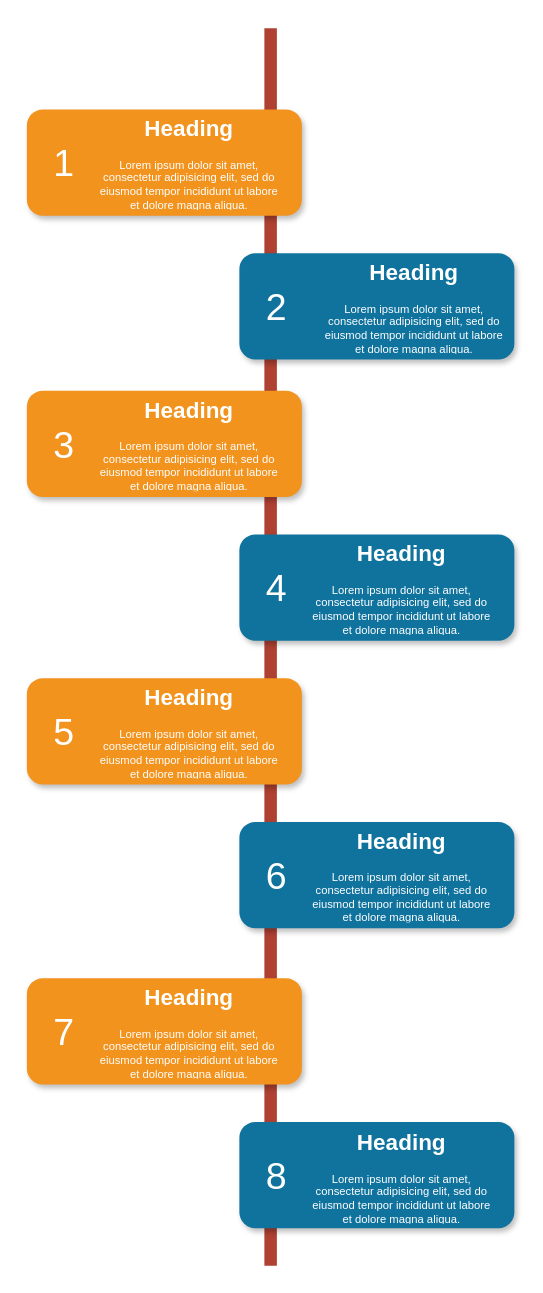
Earlier version of the draw.io diagram Диаграмма без названия.drawio (RuslanKudarov/diagrams). Source tidied: cells renumbered, new cells numbered last; positions are measured from the earlier drawing's top-left corner, leaving out a move shared by most shapes. Both pictures are drawn from the tidied source at 125%, with x=0, y=0 at pixel (26, 28).
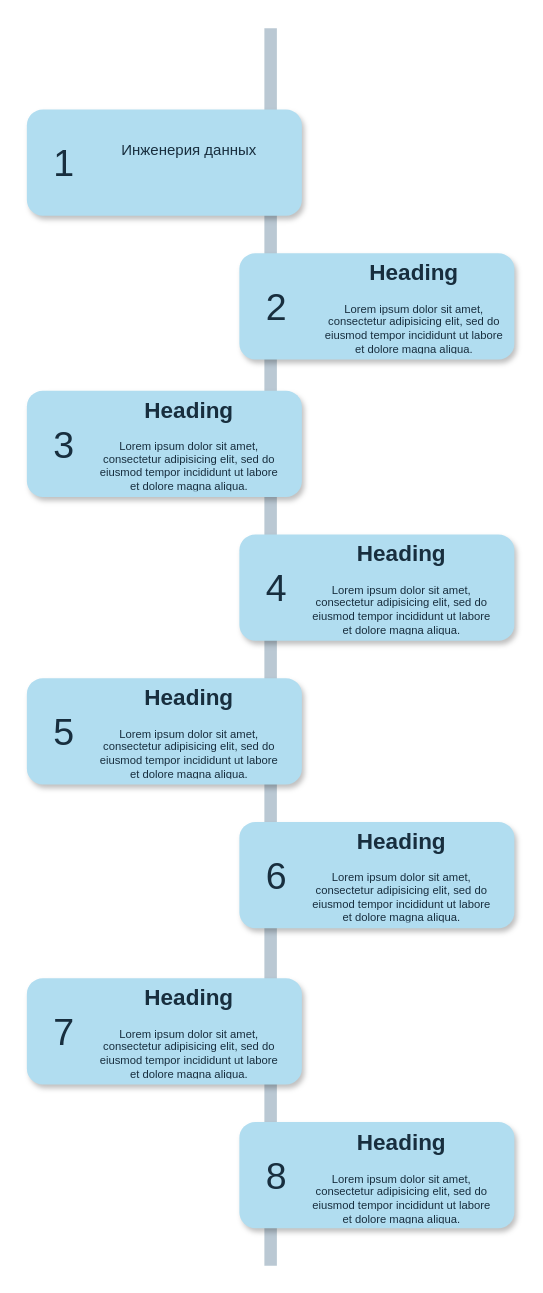
The same page after the edit.

Change to the diagram source:
```diff
@@
-    <mxCell id="2" style="line;strokeWidth=10;direction=south;html=1;fillColor=none;fontSize=13;fontColor=#000000;align=center;strokeColor=#AE4132;" parent="1" vertex="1">
+    <mxCell id="2" style="line;strokeWidth=10;direction=south;html=1;fillColor=none;fontSize=13;fontColor=#182E3E;align=center;strokeColor=#BAC8D3;labelBackgroundColor=none;rounded=1;" parent="1" vertex="1">
       <mxGeometry x="190" width="10" height="990" as="geometry" />
     </mxCell>
-    <mxCell id="3" style="rounded=1;whiteSpace=wrap;html=1;strokeColor=none;strokeWidth=1;fillColor=#F2931E;fontSize=13;fontColor=#FFFFFF;align=center;gradientColor=none;gradientDirection=east;verticalAlign=top;shadow=1;" parent="1" vertex="1">
+    <mxCell id="3" style="rounded=1;whiteSpace=wrap;html=1;strokeColor=none;strokeWidth=1;fillColor=#B1DDF0;fontSize=13;fontColor=#182E3E;align=center;gradientDirection=east;verticalAlign=top;shadow=1;fillStyle=auto;labelBackgroundColor=none;" parent="1" vertex="1">
       <mxGeometry y="65" width="220" height="85" as="geometry" />
     </mxCell>
-    <mxCell id="4" value="1" style="text;html=1;strokeColor=none;fillColor=none;align=center;verticalAlign=middle;whiteSpace=wrap;fontSize=30;fontColor=#FFFFFF;" parent="1" vertex="1">
+    <mxCell id="4" value="1" style="text;html=1;strokeColor=none;fillColor=none;align=center;verticalAlign=middle;whiteSpace=wrap;fontSize=30;fontColor=#182E3E;labelBackgroundColor=none;rounded=1;" parent="1" vertex="1">
       <mxGeometry x="10" y="98" width="40" height="20" as="geometry" />
     </mxCell>
-    <mxCell id="5" style="rounded=1;whiteSpace=wrap;html=1;strokeColor=none;strokeWidth=1;fillColor=#10739E;fontSize=13;fontColor=#FFFFFF;align=center;gradientColor=none;gradientDirection=east;verticalAlign=top;shadow=1;" parent="1" vertex="1">
+    <mxCell id="5" style="rounded=1;whiteSpace=wrap;html=1;strokeColor=none;strokeWidth=1;fillColor=#B1DDF0;fontSize=13;fontColor=#182E3E;align=center;gradientDirection=east;verticalAlign=top;shadow=1;labelBackgroundColor=none;" parent="1" vertex="1">
       <mxGeometry x="170" y="180" width="220" height="85" as="geometry" />
     </mxCell>
-    <mxCell id="6" value="2" style="text;html=1;strokeColor=none;fillColor=none;align=center;verticalAlign=middle;whiteSpace=wrap;fontSize=30;fontColor=#FFFFFF;" parent="1" vertex="1">
+    <mxCell id="6" value="2" style="text;html=1;strokeColor=none;fillColor=none;align=center;verticalAlign=middle;whiteSpace=wrap;fontSize=30;fontColor=#182E3E;labelBackgroundColor=none;rounded=1;" parent="1" vertex="1">
       <mxGeometry x="180" y="213" width="40" height="20" as="geometry" />
     </mxCell>
-    <mxCell id="7" style="rounded=1;whiteSpace=wrap;html=1;strokeColor=none;strokeWidth=1;fillColor=#F2931E;fontSize=13;fontColor=#FFFFFF;align=center;gradientColor=none;gradientDirection=east;verticalAlign=top;shadow=1;" parent="1" vertex="1">
+    <mxCell id="7" style="rounded=1;whiteSpace=wrap;html=1;strokeColor=none;strokeWidth=1;fillColor=#B1DDF0;fontSize=13;fontColor=#182E3E;align=center;gradientDirection=east;verticalAlign=top;shadow=1;labelBackgroundColor=none;" parent="1" vertex="1">
       <mxGeometry y="290" width="220" height="85" as="geometry" />
     </mxCell>
-    <mxCell id="8" value="3" style="text;html=1;strokeColor=none;fillColor=none;align=center;verticalAlign=middle;whiteSpace=wrap;fontSize=30;fontColor=#FFFFFF;" parent="1" vertex="1">
+    <mxCell id="8" value="3" style="text;html=1;strokeColor=none;fillColor=none;align=center;verticalAlign=middle;whiteSpace=wrap;fontSize=30;fontColor=#182E3E;labelBackgroundColor=none;rounded=1;" parent="1" vertex="1">
       <mxGeometry x="10" y="323" width="40" height="20" as="geometry" />
     </mxCell>
-    <mxCell id="9" style="rounded=1;whiteSpace=wrap;html=1;strokeColor=none;strokeWidth=1;fillColor=#10739E;fontSize=13;fontColor=#FFFFFF;align=center;gradientColor=none;gradientDirection=east;verticalAlign=top;shadow=1;" parent="1" vertex="1">
+    <mxCell id="9" style="rounded=1;whiteSpace=wrap;html=1;strokeColor=none;strokeWidth=1;fillColor=#B1DDF0;fontSize=13;fontColor=#182E3E;align=center;gradientDirection=east;verticalAlign=top;shadow=1;labelBackgroundColor=none;" parent="1" vertex="1">
       <mxGeometry x="170" y="405" width="220" height="85" as="geometry" />
     </mxCell>
-    <mxCell id="10" value="4" style="text;html=1;strokeColor=none;fillColor=none;align=center;verticalAlign=middle;whiteSpace=wrap;fontSize=30;fontColor=#FFFFFF;" parent="1" vertex="1">
+    <mxCell id="10" value="4" style="text;html=1;strokeColor=none;fillColor=none;align=center;verticalAlign=middle;whiteSpace=wrap;fontSize=30;fontColor=#182E3E;labelBackgroundColor=none;rounded=1;" parent="1" vertex="1">
       <mxGeometry x="180" y="438" width="40" height="20" as="geometry" />
     </mxCell>
-    <mxCell id="11" style="rounded=1;whiteSpace=wrap;html=1;strokeColor=none;strokeWidth=1;fillColor=#F2931E;fontSize=13;fontColor=#FFFFFF;align=center;gradientColor=none;gradientDirection=east;verticalAlign=top;shadow=1;" parent="1" vertex="1">
+    <mxCell id="11" style="rounded=1;whiteSpace=wrap;html=1;strokeColor=none;strokeWidth=1;fillColor=#B1DDF0;fontSize=13;fontColor=#182E3E;align=center;gradientDirection=east;verticalAlign=top;shadow=1;labelBackgroundColor=none;" parent="1" vertex="1">
       <mxGeometry y="520" width="220" height="85" as="geometry" />
     </mxCell>
-    <mxCell id="12" value="5" style="text;html=1;strokeColor=none;fillColor=none;align=center;verticalAlign=middle;whiteSpace=wrap;fontSize=30;fontColor=#FFFFFF;" parent="1" vertex="1">
+    <mxCell id="12" value="5" style="text;html=1;strokeColor=none;fillColor=none;align=center;verticalAlign=middle;whiteSpace=wrap;fontSize=30;fontColor=#182E3E;labelBackgroundColor=none;rounded=1;" parent="1" vertex="1">
       <mxGeometry x="10" y="553" width="40" height="20" as="geometry" />
     </mxCell>
-    <mxCell id="13" style="rounded=1;whiteSpace=wrap;html=1;strokeColor=none;strokeWidth=1;fillColor=#10739E;fontSize=13;fontColor=#FFFFFF;align=center;gradientColor=none;gradientDirection=east;verticalAlign=top;shadow=1;" parent="1" vertex="1">
+    <mxCell id="13" style="rounded=1;whiteSpace=wrap;html=1;strokeColor=none;strokeWidth=1;fillColor=#B1DDF0;fontSize=13;fontColor=#182E3E;align=center;gradientDirection=east;verticalAlign=top;shadow=1;labelBackgroundColor=none;" parent="1" vertex="1">
       <mxGeometry x="170" y="635" width="220" height="85" as="geometry" />
     </mxCell>
-    <mxCell id="14" value="6" style="text;html=1;strokeColor=none;fillColor=none;align=center;verticalAlign=middle;whiteSpace=wrap;fontSize=30;fontColor=#FFFFFF;" parent="1" vertex="1">
+    <mxCell id="14" value="6" style="text;html=1;strokeColor=none;fillColor=none;align=center;verticalAlign=middle;whiteSpace=wrap;fontSize=30;fontColor=#182E3E;labelBackgroundColor=none;rounded=1;" parent="1" vertex="1">
       <mxGeometry x="180" y="668" width="40" height="20" as="geometry" />
     </mxCell>
-    <mxCell id="15" style="rounded=1;whiteSpace=wrap;html=1;strokeColor=none;strokeWidth=1;fillColor=#F2931E;fontSize=13;fontColor=#FFFFFF;align=center;gradientColor=none;gradientDirection=east;verticalAlign=top;shadow=1;" parent="1" vertex="1">
+    <mxCell id="15" style="rounded=1;whiteSpace=wrap;html=1;strokeColor=none;strokeWidth=1;fillColor=#B1DDF0;fontSize=13;fontColor=#182E3E;align=center;gradientDirection=east;verticalAlign=top;shadow=1;labelBackgroundColor=none;" parent="1" vertex="1">
       <mxGeometry y="760" width="220" height="85" as="geometry" />
     </mxCell>
-    <mxCell id="16" value="7" style="text;html=1;strokeColor=none;fillColor=none;align=center;verticalAlign=middle;whiteSpace=wrap;fontSize=30;fontColor=#FFFFFF;" parent="1" vertex="1">
+    <mxCell id="16" value="7" style="text;html=1;strokeColor=none;fillColor=none;align=center;verticalAlign=middle;whiteSpace=wrap;fontSize=30;fontColor=#182E3E;labelBackgroundColor=none;rounded=1;" parent="1" vertex="1">
       <mxGeometry x="10" y="793" width="40" height="20" as="geometry" />
     </mxCell>
-    <mxCell id="17" style="rounded=1;whiteSpace=wrap;html=1;strokeColor=none;strokeWidth=1;fillColor=#10739E;fontSize=13;fontColor=#FFFFFF;align=center;gradientColor=none;gradientDirection=east;verticalAlign=top;shadow=1;" parent="1" vertex="1">
+    <mxCell id="17" style="rounded=1;whiteSpace=wrap;html=1;strokeColor=none;strokeWidth=1;fillColor=#B1DDF0;fontSize=13;fontColor=#182E3E;align=center;gradientDirection=east;verticalAlign=top;shadow=1;labelBackgroundColor=none;" parent="1" vertex="1">
       <mxGeometry x="170" y="875" width="220" height="85" as="geometry" />
     </mxCell>
-    <mxCell id="18" value="8" style="text;html=1;strokeColor=none;fillColor=none;align=center;verticalAlign=middle;whiteSpace=wrap;fontSize=30;fontColor=#FFFFFF;" parent="1" vertex="1">
+    <mxCell id="18" value="8" style="text;html=1;strokeColor=none;fillColor=none;align=center;verticalAlign=middle;whiteSpace=wrap;fontSize=30;fontColor=#182E3E;labelBackgroundColor=none;rounded=1;" parent="1" vertex="1">
       <mxGeometry x="180" y="908" width="40" height="20" as="geometry" />
     </mxCell>
-    <mxCell id="19" value="&lt;h1&gt;Heading&lt;/h1&gt;&lt;p&gt;Lorem ipsum dolor sit amet, consectetur adipisicing elit, sed do eiusmod tempor incididunt ut labore et dolore magna aliqua.&lt;/p&gt;" style="text;html=1;spacing=5;spacingTop=-20;whiteSpace=wrap;overflow=hidden;strokeColor=none;strokeWidth=4;fillColor=none;gradientColor=#007FFF;fontSize=9;fontColor=#FFFFFF;align=center;" parent="1" vertex="1">
+    <mxCell id="19" value="&lt;h1 style=&quot;font-size: 12px;&quot;&gt;&lt;span style=&quot;font-weight: 400;&quot;&gt;Инженерия данных&lt;/span&gt;&lt;/h1&gt;" style="text;html=1;spacing=5;spacingTop=-20;whiteSpace=wrap;overflow=hidden;strokeColor=none;strokeWidth=4;fillColor=none;fontSize=12;fontColor=#182E3E;align=center;labelBackgroundColor=none;rounded=1;fontFamily=Calibri;verticalAlign=middle;" parent="1" vertex="1">
       <mxGeometry x="50" y="69" width="160" height="77" as="geometry" />
     </mxCell>
-    <mxCell id="20" value="&lt;h1&gt;Heading&lt;/h1&gt;&lt;p&gt;Lorem ipsum dolor sit amet, consectetur adipisicing elit, sed do eiusmod tempor incididunt ut labore et dolore magna aliqua.&lt;/p&gt;" style="text;html=1;spacing=5;spacingTop=-20;whiteSpace=wrap;overflow=hidden;strokeColor=none;strokeWidth=4;fillColor=none;gradientColor=#007FFF;fontSize=9;fontColor=#FFFFFF;align=center;" parent="1" vertex="1">
+    <mxCell id="20" value="&lt;h1&gt;Heading&lt;/h1&gt;&lt;p&gt;Lorem ipsum dolor sit amet, consectetur adipisicing elit, sed do eiusmod tempor incididunt ut labore et dolore magna aliqua.&lt;/p&gt;" style="text;html=1;spacing=5;spacingTop=-20;whiteSpace=wrap;overflow=hidden;strokeColor=none;strokeWidth=4;fillColor=none;fontSize=9;fontColor=#182E3E;align=center;labelBackgroundColor=none;rounded=1;" parent="1" vertex="1">
       <mxGeometry x="230" y="184" width="160" height="77" as="geometry" />
     </mxCell>
-    <mxCell id="21" value="&lt;h1&gt;Heading&lt;/h1&gt;&lt;p&gt;Lorem ipsum dolor sit amet, consectetur adipisicing elit, sed do eiusmod tempor incididunt ut labore et dolore magna aliqua.&lt;/p&gt;" style="text;html=1;spacing=5;spacingTop=-20;whiteSpace=wrap;overflow=hidden;strokeColor=none;strokeWidth=4;fillColor=none;gradientColor=#007FFF;fontSize=9;fontColor=#FFFFFF;align=center;" parent="1" vertex="1">
+    <mxCell id="21" value="&lt;h1&gt;Heading&lt;/h1&gt;&lt;p&gt;Lorem ipsum dolor sit amet, consectetur adipisicing elit, sed do eiusmod tempor incididunt ut labore et dolore magna aliqua.&lt;/p&gt;" style="text;html=1;spacing=5;spacingTop=-20;whiteSpace=wrap;overflow=hidden;strokeColor=none;strokeWidth=4;fillColor=none;fontSize=9;fontColor=#182E3E;align=center;labelBackgroundColor=none;rounded=1;" parent="1" vertex="1">
       <mxGeometry x="50" y="294" width="160" height="77" as="geometry" />
     </mxCell>
-    <mxCell id="22" value="&lt;h1&gt;Heading&lt;/h1&gt;&lt;p&gt;Lorem ipsum dolor sit amet, consectetur adipisicing elit, sed do eiusmod tempor incididunt ut labore et dolore magna aliqua.&lt;/p&gt;" style="text;html=1;spacing=5;spacingTop=-20;whiteSpace=wrap;overflow=hidden;strokeColor=none;strokeWidth=4;fillColor=none;gradientColor=#007FFF;fontSize=9;fontColor=#FFFFFF;align=center;" parent="1" vertex="1">
+    <mxCell id="22" value="&lt;h1&gt;Heading&lt;/h1&gt;&lt;p&gt;Lorem ipsum dolor sit amet, consectetur adipisicing elit, sed do eiusmod tempor incididunt ut labore et dolore magna aliqua.&lt;/p&gt;" style="text;html=1;spacing=5;spacingTop=-20;whiteSpace=wrap;overflow=hidden;strokeColor=none;strokeWidth=4;fillColor=none;fontSize=9;fontColor=#182E3E;align=center;labelBackgroundColor=none;rounded=1;" parent="1" vertex="1">
       <mxGeometry x="220" y="409" width="160" height="77" as="geometry" />
     </mxCell>
-    <mxCell id="23" value="&lt;h1&gt;Heading&lt;/h1&gt;&lt;p&gt;Lorem ipsum dolor sit amet, consectetur adipisicing elit, sed do eiusmod tempor incididunt ut labore et dolore magna aliqua.&lt;/p&gt;" style="text;html=1;spacing=5;spacingTop=-20;whiteSpace=wrap;overflow=hidden;strokeColor=none;strokeWidth=4;fillColor=none;gradientColor=#007FFF;fontSize=9;fontColor=#FFFFFF;align=center;" parent="1" vertex="1">
+    <mxCell id="23" value="&lt;h1&gt;Heading&lt;/h1&gt;&lt;p&gt;Lorem ipsum dolor sit amet, consectetur adipisicing elit, sed do eiusmod tempor incididunt ut labore et dolore magna aliqua.&lt;/p&gt;" style="text;html=1;spacing=5;spacingTop=-20;whiteSpace=wrap;overflow=hidden;strokeColor=none;strokeWidth=4;fillColor=none;fontSize=9;fontColor=#182E3E;align=center;labelBackgroundColor=none;rounded=1;" parent="1" vertex="1">
       <mxGeometry x="50" y="524" width="160" height="77" as="geometry" />
     </mxCell>
-    <mxCell id="24" value="&lt;h1&gt;Heading&lt;/h1&gt;&lt;p&gt;Lorem ipsum dolor sit amet, consectetur adipisicing elit, sed do eiusmod tempor incididunt ut labore et dolore magna aliqua.&lt;/p&gt;" style="text;html=1;spacing=5;spacingTop=-20;whiteSpace=wrap;overflow=hidden;strokeColor=none;strokeWidth=4;fillColor=none;gradientColor=#007FFF;fontSize=9;fontColor=#FFFFFF;align=center;" parent="1" vertex="1">
+    <mxCell id="24" value="&lt;h1&gt;Heading&lt;/h1&gt;&lt;p&gt;Lorem ipsum dolor sit amet, consectetur adipisicing elit, sed do eiusmod tempor incididunt ut labore et dolore magna aliqua.&lt;/p&gt;" style="text;html=1;spacing=5;spacingTop=-20;whiteSpace=wrap;overflow=hidden;strokeColor=none;strokeWidth=4;fillColor=none;fontSize=9;fontColor=#182E3E;align=center;labelBackgroundColor=none;rounded=1;" parent="1" vertex="1">
       <mxGeometry x="220" y="639" width="160" height="77" as="geometry" />
     </mxCell>
-    <mxCell id="25" value="&lt;h1&gt;Heading&lt;/h1&gt;&lt;p&gt;Lorem ipsum dolor sit amet, consectetur adipisicing elit, sed do eiusmod tempor incididunt ut labore et dolore magna aliqua.&lt;/p&gt;" style="text;html=1;spacing=5;spacingTop=-20;whiteSpace=wrap;overflow=hidden;strokeColor=none;strokeWidth=4;fillColor=none;gradientColor=#007FFF;fontSize=9;fontColor=#FFFFFF;align=center;" parent="1" vertex="1">
+    <mxCell id="25" value="&lt;h1&gt;Heading&lt;/h1&gt;&lt;p&gt;Lorem ipsum dolor sit amet, consectetur adipisicing elit, sed do eiusmod tempor incididunt ut labore et dolore magna aliqua.&lt;/p&gt;" style="text;html=1;spacing=5;spacingTop=-20;whiteSpace=wrap;overflow=hidden;strokeColor=none;strokeWidth=4;fillColor=none;fontSize=9;fontColor=#182E3E;align=center;labelBackgroundColor=none;rounded=1;" parent="1" vertex="1">
       <mxGeometry x="50" y="764" width="160" height="77" as="geometry" />
     </mxCell>
-    <mxCell id="26" value="&lt;h1&gt;Heading&lt;/h1&gt;&lt;p&gt;Lorem ipsum dolor sit amet, consectetur adipisicing elit, sed do eiusmod tempor incididunt ut labore et dolore magna aliqua.&lt;/p&gt;" style="text;html=1;spacing=5;spacingTop=-20;whiteSpace=wrap;overflow=hidden;strokeColor=none;strokeWidth=4;fillColor=none;gradientColor=#007FFF;fontSize=9;fontColor=#FFFFFF;align=center;" parent="1" vertex="1">
+    <mxCell id="26" value="&lt;h1&gt;Heading&lt;/h1&gt;&lt;p&gt;Lorem ipsum dolor sit amet, consectetur adipisicing elit, sed do eiusmod tempor incididunt ut labore et dolore magna aliqua.&lt;/p&gt;" style="text;html=1;spacing=5;spacingTop=-20;whiteSpace=wrap;overflow=hidden;strokeColor=none;strokeWidth=4;fillColor=none;fontSize=9;fontColor=#182E3E;align=center;labelBackgroundColor=none;rounded=1;" parent="1" vertex="1">
       <mxGeometry x="220" y="880" width="160" height="77" as="geometry" />
     </mxCell>
```
